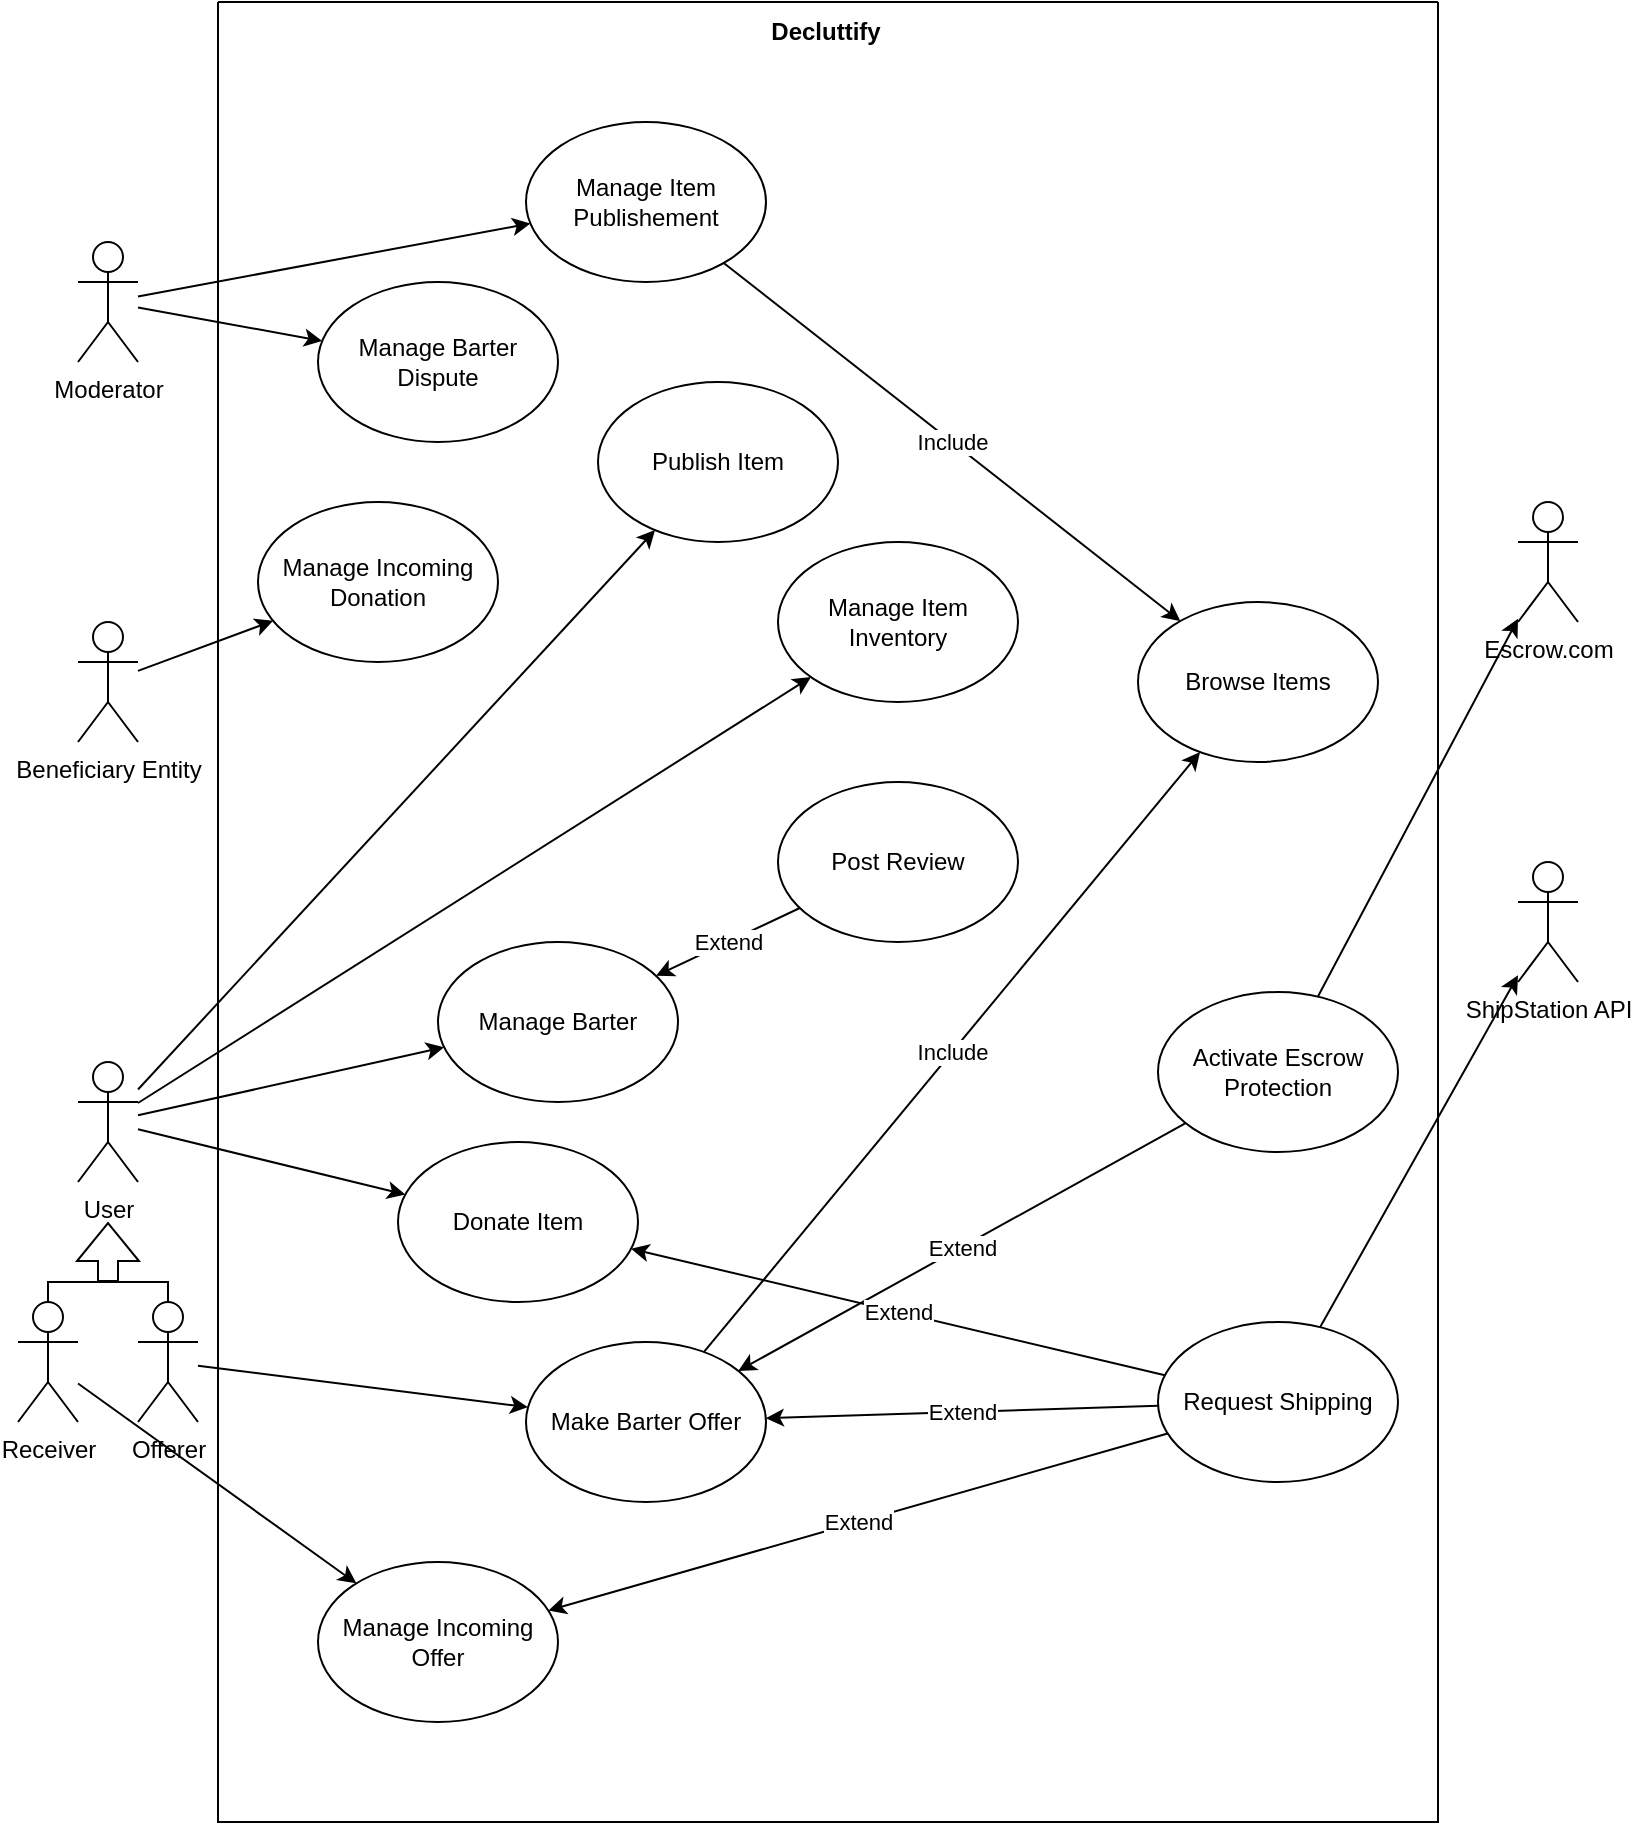
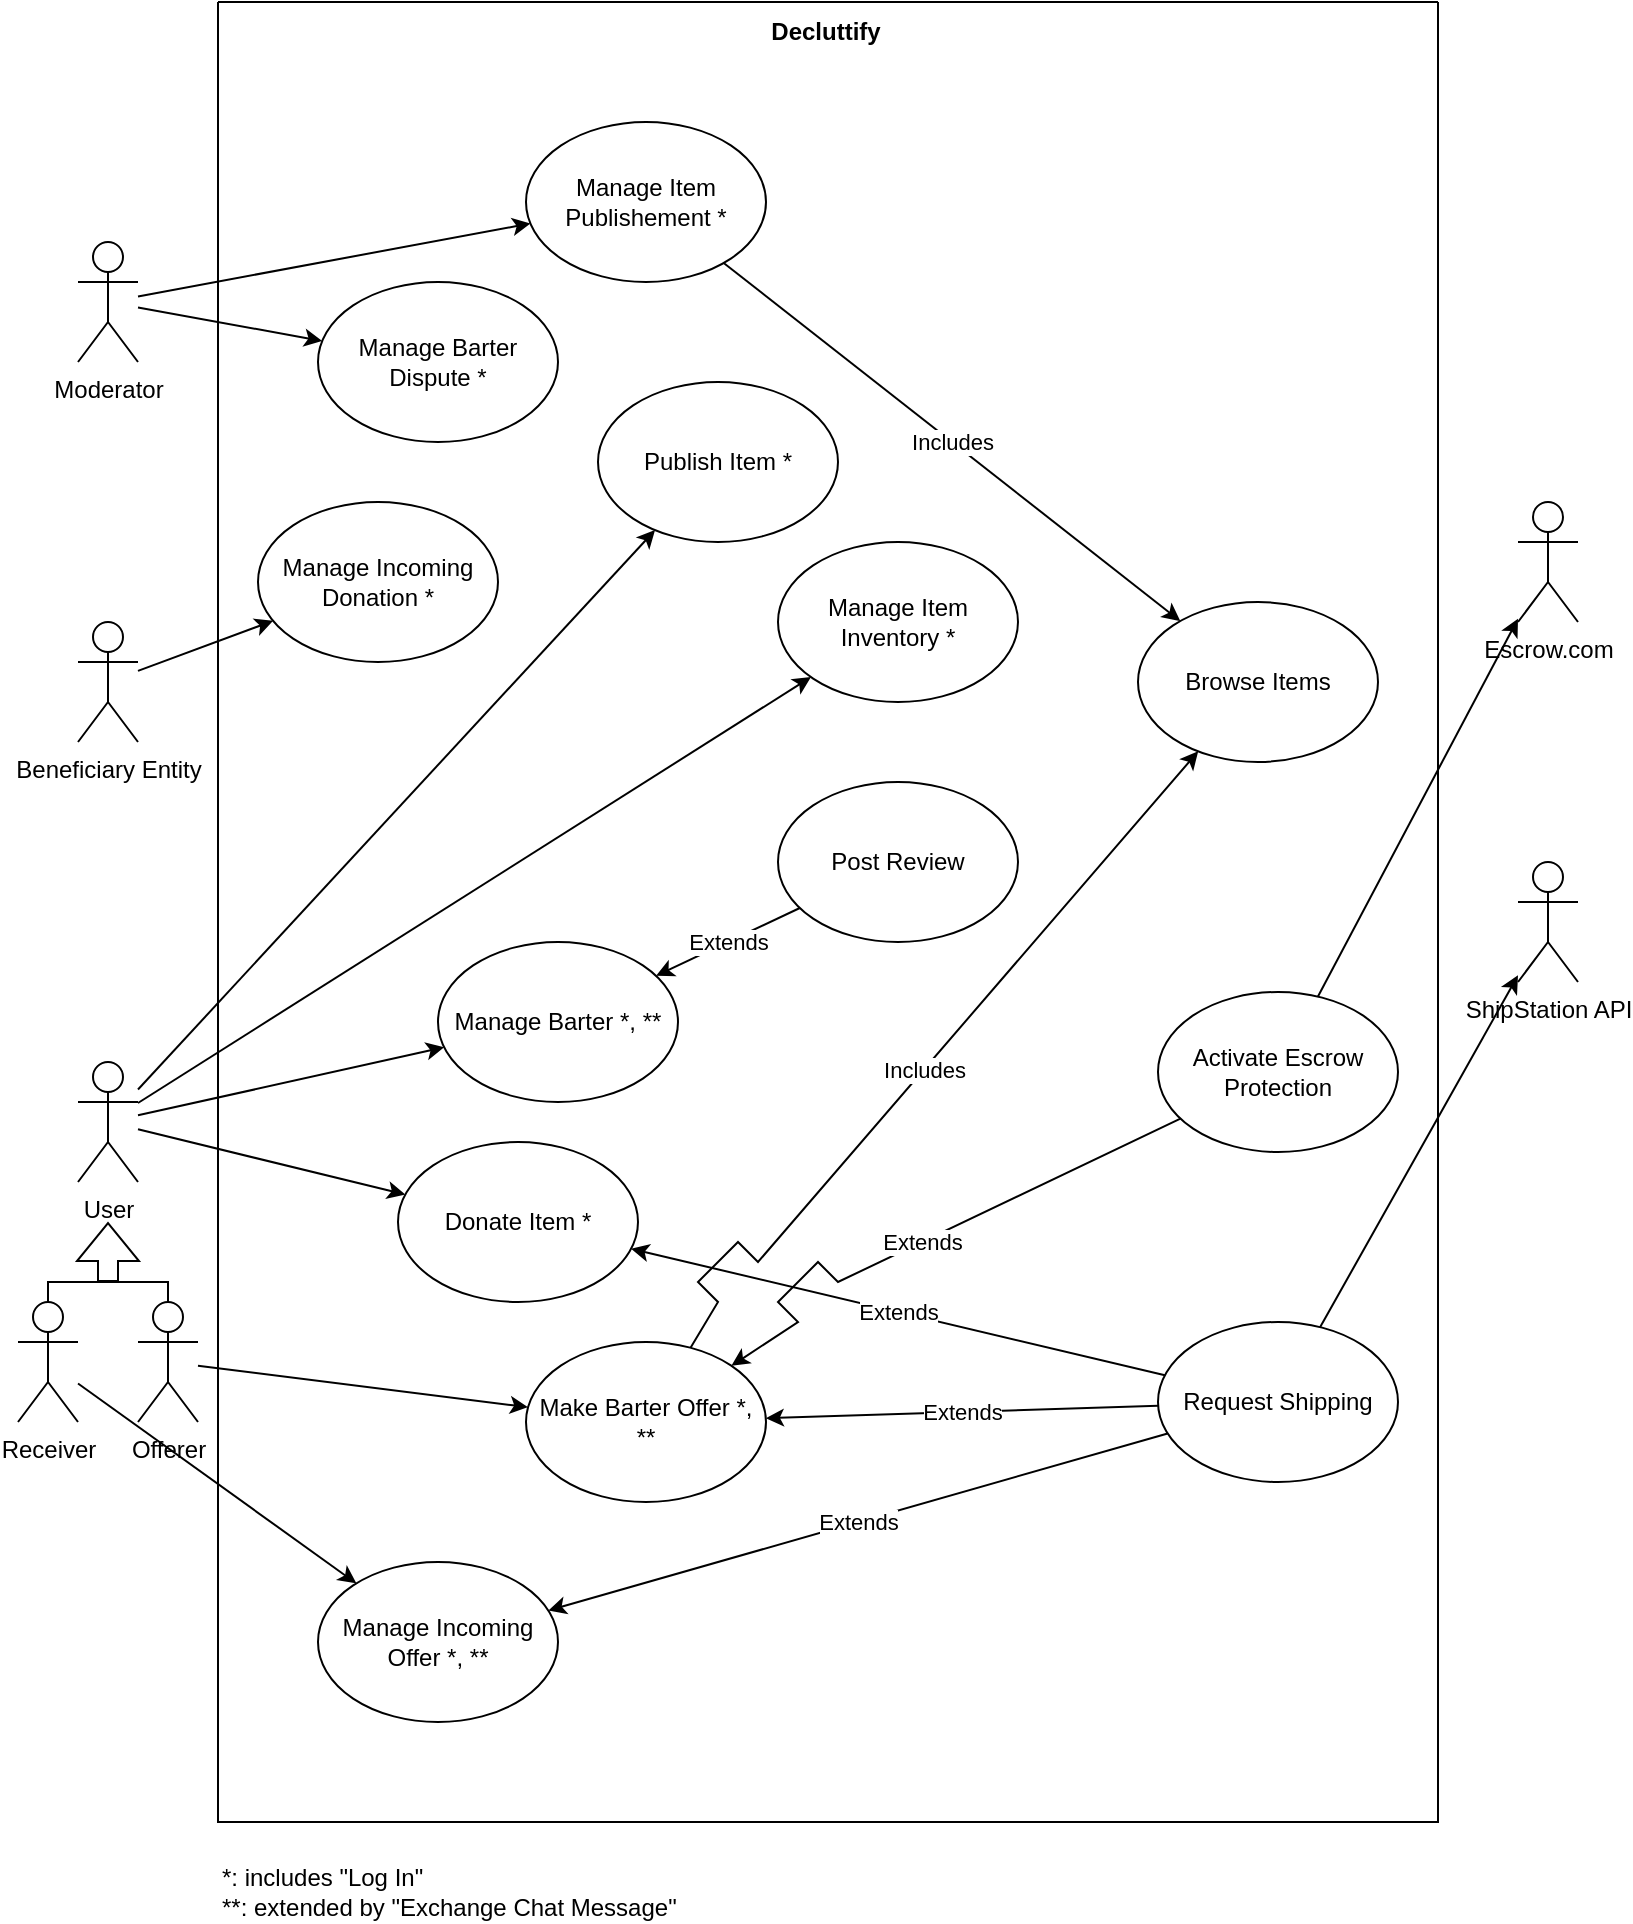
<mxfile host="app.diagrams.net">
  <diagram name="Pagina-1" id="lBEZxqTGqjM1sgic3xvy">
    <mxGraphModel dx="2000" dy="1138" grid="1" gridSize="10" guides="1" tooltips="1" connect="1" arrows="1" fold="1" page="1" pageScale="1" pageWidth="827" pageHeight="1169" math="0" shadow="0">
      <root>
        <mxCell id="0" />
        <mxCell id="1" parent="0" />
        <mxCell id="J09ckFeXd-orHBUEzoB2-1" parent="1" style="swimlane;startSize=0;" value="" vertex="1">
          <mxGeometry height="910" width="610" x="110" y="140" as="geometry" />
        </mxCell>
        <mxCell id="J09ckFeXd-orHBUEzoB2-2" parent="J09ckFeXd-orHBUEzoB2-1" style="text;html=1;whiteSpace=wrap;strokeColor=none;fillColor=none;align=center;verticalAlign=middle;rounded=0;" value="&lt;b&gt;Decluttify&lt;/b&gt;" vertex="1">
          <mxGeometry height="30" width="60" x="274" as="geometry" />
        </mxCell>
-         <mxCell id="J09ckFeXd-orHBUEzoB2-9" parent="J09ckFeXd-orHBUEzoB2-1" style="ellipse;whiteSpace=wrap;html=1;" value="Publish Item" vertex="1">
+         <mxCell id="J09ckFeXd-orHBUEzoB2-9" parent="J09ckFeXd-orHBUEzoB2-1" style="ellipse;whiteSpace=wrap;html=1;" value="Publish Item *" vertex="1">
          <mxGeometry height="80" width="120" x="190" y="190" as="geometry" />
        </mxCell>
        <mxCell id="J09ckFeXd-orHBUEzoB2-18" parent="J09ckFeXd-orHBUEzoB2-1" style="ellipse;whiteSpace=wrap;html=1;" value="Request Shipping" vertex="1">
          <mxGeometry height="80" width="120" x="470" y="660" as="geometry" />
        </mxCell>
        <mxCell id="J09ckFeXd-orHBUEzoB2-12" parent="J09ckFeXd-orHBUEzoB2-1" style="ellipse;whiteSpace=wrap;html=1;" value="Activate Escrow Protection" vertex="1">
          <mxGeometry height="80" width="120" x="470" y="495" as="geometry" />
        </mxCell>
-         <mxCell id="J09ckFeXd-orHBUEzoB2-29" parent="J09ckFeXd-orHBUEzoB2-1" style="ellipse;whiteSpace=wrap;html=1;" value="Donate Item" vertex="1">
+         <mxCell id="J09ckFeXd-orHBUEzoB2-29" parent="J09ckFeXd-orHBUEzoB2-1" style="ellipse;whiteSpace=wrap;html=1;" value="Donate Item *" vertex="1">
          <mxGeometry height="80" width="120" x="90" y="570" as="geometry" />
        </mxCell>
-         <mxCell id="J09ckFeXd-orHBUEzoB2-31" parent="J09ckFeXd-orHBUEzoB2-1" style="ellipse;whiteSpace=wrap;html=1;" value="Manage Item Inventory" vertex="1">
+         <mxCell id="J09ckFeXd-orHBUEzoB2-31" parent="J09ckFeXd-orHBUEzoB2-1" style="ellipse;whiteSpace=wrap;html=1;" value="Manage Item Inventory *" vertex="1">
          <mxGeometry height="80" width="120" x="280" y="270" as="geometry" />
        </mxCell>
-         <mxCell id="J09ckFeXd-orHBUEzoB2-11" parent="J09ckFeXd-orHBUEzoB2-1" style="ellipse;whiteSpace=wrap;html=1;" value="Make Barter Offer" vertex="1">
+         <mxCell id="J09ckFeXd-orHBUEzoB2-11" parent="J09ckFeXd-orHBUEzoB2-1" style="ellipse;whiteSpace=wrap;html=1;" value="Make Barter Offer *, **" vertex="1">
          <mxGeometry height="80" width="120" x="154" y="670" as="geometry" />
        </mxCell>
-         <mxCell id="J09ckFeXd-orHBUEzoB2-32" parent="J09ckFeXd-orHBUEzoB2-1" style="ellipse;whiteSpace=wrap;html=1;" value="Manage Barter" vertex="1">
+         <mxCell id="J09ckFeXd-orHBUEzoB2-32" parent="J09ckFeXd-orHBUEzoB2-1" style="ellipse;whiteSpace=wrap;html=1;" value="Manage Barter *, **" vertex="1">
          <mxGeometry height="80" width="120" x="110" y="470" as="geometry" />
        </mxCell>
        <mxCell id="J09ckFeXd-orHBUEzoB2-19" parent="J09ckFeXd-orHBUEzoB2-1" style="ellipse;whiteSpace=wrap;html=1;" value="Browse Items" vertex="1">
          <mxGeometry height="80" width="120" x="460" y="300" as="geometry" />
        </mxCell>
        <mxCell id="J09ckFeXd-orHBUEzoB2-49" edge="1" parent="J09ckFeXd-orHBUEzoB2-1" source="J09ckFeXd-orHBUEzoB2-17" style="endArrow=classic;html=1;rounded=0;" target="J09ckFeXd-orHBUEzoB2-19" value="">
          <mxGeometry relative="1" as="geometry">
            <mxPoint x="60" y="500" as="sourcePoint" />
            <mxPoint x="160" y="500" as="targetPoint" />
          </mxGeometry>
        </mxCell>
-         <mxCell id="J09ckFeXd-orHBUEzoB2-50" connectable="0" parent="J09ckFeXd-orHBUEzoB2-49" style="edgeLabel;resizable=0;html=1;;align=center;verticalAlign=middle;" value="Include" vertex="1">
+         <mxCell id="J09ckFeXd-orHBUEzoB2-50" connectable="0" parent="J09ckFeXd-orHBUEzoB2-49" style="edgeLabel;resizable=0;html=1;;align=center;verticalAlign=middle;" value="Includes" vertex="1">
          <mxGeometry relative="1" as="geometry" />
        </mxCell>
        <mxCell id="J09ckFeXd-orHBUEzoB2-54" edge="1" parent="J09ckFeXd-orHBUEzoB2-1" source="J09ckFeXd-orHBUEzoB2-11" style="endArrow=classic;html=1;rounded=0;" target="J09ckFeXd-orHBUEzoB2-19" value="">
          <mxGeometry relative="1" as="geometry">
+             <Array as="points">
+               <mxPoint x="250" y="650" />
+               <mxPoint x="240" y="640" />
+               <mxPoint x="260" y="620" />
+               <mxPoint x="270" y="630" />
+             </Array>
            <mxPoint x="330" y="852" as="sourcePoint" />
            <mxPoint x="400" y="680" as="targetPoint" />
          </mxGeometry>
        </mxCell>
-         <mxCell id="J09ckFeXd-orHBUEzoB2-55" connectable="0" parent="J09ckFeXd-orHBUEzoB2-54" style="edgeLabel;resizable=0;html=1;;align=center;verticalAlign=middle;" value="Include" vertex="1">
-           <mxGeometry relative="1" as="geometry" />
-         </mxCell>
-         <mxCell id="J09ckFeXd-orHBUEzoB2-58" edge="1" parent="J09ckFeXd-orHBUEzoB2-1" source="J09ckFeXd-orHBUEzoB2-12" style="endArrow=classic;html=1;rounded=0;" target="J09ckFeXd-orHBUEzoB2-11" value="">
-           <mxGeometry relative="1" as="geometry">
+         <mxCell id="J09ckFeXd-orHBUEzoB2-55" connectable="0" parent="J09ckFeXd-orHBUEzoB2-54" style="edgeLabel;resizable=0;html=1;;align=center;verticalAlign=middle;" value="Includes" vertex="1">
+           <mxGeometry relative="1" as="geometry" />
+         </mxCell>
+         <mxCell id="J09ckFeXd-orHBUEzoB2-58" edge="1" parent="J09ckFeXd-orHBUEzoB2-1" source="J09ckFeXd-orHBUEzoB2-12" style="endArrow=classic;html=1;rounded=0;curved=0;" target="J09ckFeXd-orHBUEzoB2-11" value="">
+           <mxGeometry relative="1" as="geometry">
+             <Array as="points">
+               <mxPoint x="310" y="640" />
+               <mxPoint x="300" y="630" />
+               <mxPoint x="280" y="650" />
+               <mxPoint x="290" y="660" />
+             </Array>
            <mxPoint x="350" y="962" as="sourcePoint" />
            <mxPoint x="420" y="790" as="targetPoint" />
          </mxGeometry>
        </mxCell>
-         <mxCell id="J09ckFeXd-orHBUEzoB2-59" connectable="0" parent="J09ckFeXd-orHBUEzoB2-58" style="edgeLabel;resizable=0;html=1;;align=center;verticalAlign=middle;" value="Extend" vertex="1">
+         <mxCell id="J09ckFeXd-orHBUEzoB2-59" connectable="0" parent="J09ckFeXd-orHBUEzoB2-58" style="edgeLabel;resizable=0;html=1;;align=center;verticalAlign=middle;" value="Extends" vertex="1">
          <mxGeometry relative="1" as="geometry" />
        </mxCell>
        <mxCell id="J09ckFeXd-orHBUEzoB2-61" edge="1" parent="J09ckFeXd-orHBUEzoB2-1" source="J09ckFeXd-orHBUEzoB2-18" style="endArrow=classic;html=1;rounded=0;" target="J09ckFeXd-orHBUEzoB2-11" value="">
          <mxGeometry relative="1" as="geometry">
            <mxPoint x="340" y="862" as="sourcePoint" />
            <mxPoint x="410" y="690" as="targetPoint" />
          </mxGeometry>
        </mxCell>
-         <mxCell id="J09ckFeXd-orHBUEzoB2-62" connectable="0" parent="J09ckFeXd-orHBUEzoB2-61" style="edgeLabel;resizable=0;html=1;;align=center;verticalAlign=middle;" value="Extend" vertex="1">
+         <mxCell id="J09ckFeXd-orHBUEzoB2-62" connectable="0" parent="J09ckFeXd-orHBUEzoB2-61" style="edgeLabel;resizable=0;html=1;;align=center;verticalAlign=middle;" value="Extends" vertex="1">
          <mxGeometry relative="1" as="geometry" />
        </mxCell>
        <mxCell id="J09ckFeXd-orHBUEzoB2-63" parent="J09ckFeXd-orHBUEzoB2-1" style="ellipse;whiteSpace=wrap;html=1;" value="Post Review" vertex="1">
          <mxGeometry height="80" width="120" x="280" y="390" as="geometry" />
        </mxCell>
        <mxCell id="J09ckFeXd-orHBUEzoB2-64" edge="1" parent="J09ckFeXd-orHBUEzoB2-1" source="J09ckFeXd-orHBUEzoB2-63" style="endArrow=classic;html=1;rounded=0;" target="J09ckFeXd-orHBUEzoB2-32" value="">
          <mxGeometry relative="1" as="geometry">
            <mxPoint x="414" y="818" as="sourcePoint" />
            <mxPoint x="272.47707366301483" y="577.9128284560256" as="targetPoint" />
          </mxGeometry>
        </mxCell>
-         <mxCell id="J09ckFeXd-orHBUEzoB2-65" connectable="0" parent="J09ckFeXd-orHBUEzoB2-64" style="edgeLabel;resizable=0;html=1;;align=center;verticalAlign=middle;" value="Extend" vertex="1">
-           <mxGeometry relative="1" as="geometry" />
-         </mxCell>
-         <mxCell id="J09ckFeXd-orHBUEzoB2-17" parent="J09ckFeXd-orHBUEzoB2-1" style="ellipse;whiteSpace=wrap;html=1;" value="Manage Item Publishement" vertex="1">
+         <mxCell id="J09ckFeXd-orHBUEzoB2-65" connectable="0" parent="J09ckFeXd-orHBUEzoB2-64" style="edgeLabel;resizable=0;html=1;;align=center;verticalAlign=middle;" value="Extends" vertex="1">
+           <mxGeometry relative="1" as="geometry" />
+         </mxCell>
+         <mxCell id="J09ckFeXd-orHBUEzoB2-17" parent="J09ckFeXd-orHBUEzoB2-1" style="ellipse;whiteSpace=wrap;html=1;" value="Manage Item Publishement *" vertex="1">
          <mxGeometry height="80" width="120" x="154" y="60" as="geometry" />
        </mxCell>
-         <mxCell id="J09ckFeXd-orHBUEzoB2-119" parent="J09ckFeXd-orHBUEzoB2-1" style="ellipse;whiteSpace=wrap;html=1;" value="Manage Barter Dispute" vertex="1">
+         <mxCell id="J09ckFeXd-orHBUEzoB2-119" parent="J09ckFeXd-orHBUEzoB2-1" style="ellipse;whiteSpace=wrap;html=1;" value="Manage Barter Dispute *" vertex="1">
          <mxGeometry height="80" width="120" x="50" y="140" as="geometry" />
        </mxCell>
-         <mxCell id="J09ckFeXd-orHBUEzoB2-125" parent="J09ckFeXd-orHBUEzoB2-1" style="ellipse;whiteSpace=wrap;html=1;" value="Manage Incoming Offer" vertex="1">
+         <mxCell id="J09ckFeXd-orHBUEzoB2-125" parent="J09ckFeXd-orHBUEzoB2-1" style="ellipse;whiteSpace=wrap;html=1;" value="Manage Incoming Offer *, **" vertex="1">
          <mxGeometry height="80" width="120" x="50" y="780" as="geometry" />
        </mxCell>
        <mxCell id="J09ckFeXd-orHBUEzoB2-130" edge="1" parent="J09ckFeXd-orHBUEzoB2-1" source="J09ckFeXd-orHBUEzoB2-18" style="endArrow=classic;html=1;rounded=0;" target="J09ckFeXd-orHBUEzoB2-29" value="">
          <mxGeometry relative="1" as="geometry">
            <mxPoint x="606" y="790" as="sourcePoint" />
            <mxPoint x="410" y="903" as="targetPoint" />
          </mxGeometry>
        </mxCell>
-         <mxCell id="J09ckFeXd-orHBUEzoB2-131" connectable="0" parent="J09ckFeXd-orHBUEzoB2-130" style="edgeLabel;resizable=0;html=1;;align=center;verticalAlign=middle;" value="Extend" vertex="1">
+         <mxCell id="J09ckFeXd-orHBUEzoB2-131" connectable="0" parent="J09ckFeXd-orHBUEzoB2-130" style="edgeLabel;resizable=0;html=1;;align=center;verticalAlign=middle;" value="Extends" vertex="1">
          <mxGeometry relative="1" as="geometry" />
        </mxCell>
        <mxCell id="J09ckFeXd-orHBUEzoB2-132" edge="1" parent="J09ckFeXd-orHBUEzoB2-1" source="J09ckFeXd-orHBUEzoB2-18" style="endArrow=classic;html=1;rounded=0;" target="J09ckFeXd-orHBUEzoB2-125" value="">
          <mxGeometry relative="1" as="geometry">
            <mxPoint x="566" y="810" as="sourcePoint" />
            <mxPoint x="400" y="810" as="targetPoint" />
          </mxGeometry>
        </mxCell>
-         <mxCell id="J09ckFeXd-orHBUEzoB2-133" connectable="0" parent="J09ckFeXd-orHBUEzoB2-132" style="edgeLabel;resizable=0;html=1;;align=center;verticalAlign=middle;" value="Extend" vertex="1">
-           <mxGeometry relative="1" as="geometry" />
-         </mxCell>
-         <mxCell id="J09ckFeXd-orHBUEzoB2-134" parent="J09ckFeXd-orHBUEzoB2-1" style="ellipse;whiteSpace=wrap;html=1;" value="Manage Incoming Donation" vertex="1">
+         <mxCell id="J09ckFeXd-orHBUEzoB2-133" connectable="0" parent="J09ckFeXd-orHBUEzoB2-132" style="edgeLabel;resizable=0;html=1;;align=center;verticalAlign=middle;" value="Extends" vertex="1">
+           <mxGeometry relative="1" as="geometry" />
+         </mxCell>
+         <mxCell id="J09ckFeXd-orHBUEzoB2-134" parent="J09ckFeXd-orHBUEzoB2-1" style="ellipse;whiteSpace=wrap;html=1;" value="Manage Incoming Donation *" vertex="1">
          <mxGeometry height="80" width="120" x="20" y="250" as="geometry" />
        </mxCell>
        <mxCell id="J09ckFeXd-orHBUEzoB2-3" parent="1" style="shape=umlActor;verticalLabelPosition=bottom;verticalAlign=top;html=1;outlineConnect=0;" value="User" vertex="1">
          <mxGeometry height="60" width="30" x="40" y="670" as="geometry" />
        </mxCell>
        <mxCell id="J09ckFeXd-orHBUEzoB2-4" parent="1" style="shape=umlActor;verticalLabelPosition=bottom;verticalAlign=top;html=1;outlineConnect=0;" value="Receiver" vertex="1">
          <mxGeometry height="60" width="30" x="10" y="790" as="geometry" />
        </mxCell>
        <mxCell id="J09ckFeXd-orHBUEzoB2-5" parent="1" style="shape=umlActor;verticalLabelPosition=bottom;verticalAlign=top;html=1;outlineConnect=0;" value="Offerer" vertex="1">
          <mxGeometry height="60" width="30" x="70" y="790" as="geometry" />
        </mxCell>
        <mxCell id="J09ckFeXd-orHBUEzoB2-6" edge="1" parent="1" style="shape=flexArrow;endArrow=classic;html=1;rounded=0;" value="">
          <mxGeometry height="50" relative="1" width="50" as="geometry">
            <mxPoint x="55" y="780" as="sourcePoint" />
            <mxPoint x="55" y="750" as="targetPoint" />
          </mxGeometry>
        </mxCell>
        <mxCell id="J09ckFeXd-orHBUEzoB2-7" edge="1" parent="1" source="J09ckFeXd-orHBUEzoB2-4" style="endArrow=none;html=1;rounded=0;" target="J09ckFeXd-orHBUEzoB2-5" value="">
          <mxGeometry height="50" relative="1" width="50" as="geometry">
            <Array as="points">
              <mxPoint x="25" y="780" />
              <mxPoint x="60" y="780" />
              <mxPoint x="85" y="780" />
            </Array>
            <mxPoint x="30" y="780" as="sourcePoint" />
            <mxPoint x="80" y="780" as="targetPoint" />
          </mxGeometry>
        </mxCell>
        <mxCell id="J09ckFeXd-orHBUEzoB2-13" parent="1" style="shape=umlActor;verticalLabelPosition=bottom;verticalAlign=top;html=1;outlineConnect=0;" value="Escrow.com" vertex="1">
          <mxGeometry height="60" width="30" x="760" y="390" as="geometry" />
        </mxCell>
        <mxCell id="J09ckFeXd-orHBUEzoB2-14" parent="1" style="shape=umlActor;verticalLabelPosition=bottom;verticalAlign=top;html=1;outlineConnect=0;" value="ShipStation API" vertex="1">
          <mxGeometry height="60" width="30" x="760" y="570" as="geometry" />
        </mxCell>
        <mxCell id="J09ckFeXd-orHBUEzoB2-16" parent="1" style="shape=umlActor;verticalLabelPosition=bottom;verticalAlign=top;html=1;outlineConnect=0;" value="Beneficiary Entity" vertex="1">
          <mxGeometry height="60" width="30" x="40" y="450" as="geometry" />
        </mxCell>
        <mxCell id="J09ckFeXd-orHBUEzoB2-41" edge="1" parent="1" source="J09ckFeXd-orHBUEzoB2-3" style="endArrow=classic;html=1;rounded=0;" target="J09ckFeXd-orHBUEzoB2-9" value="">
          <mxGeometry height="50" relative="1" width="50" as="geometry">
            <mxPoint x="190" y="670" as="sourcePoint" />
            <mxPoint x="240" y="620" as="targetPoint" />
          </mxGeometry>
        </mxCell>
        <mxCell id="J09ckFeXd-orHBUEzoB2-42" edge="1" parent="1" source="J09ckFeXd-orHBUEzoB2-3" style="endArrow=classic;html=1;rounded=0;" target="J09ckFeXd-orHBUEzoB2-31" value="">
          <mxGeometry height="50" relative="1" width="50" as="geometry">
            <mxPoint x="190" y="670" as="sourcePoint" />
            <mxPoint x="240" y="620" as="targetPoint" />
          </mxGeometry>
        </mxCell>
        <mxCell id="J09ckFeXd-orHBUEzoB2-43" edge="1" parent="1" source="J09ckFeXd-orHBUEzoB2-5" style="endArrow=classic;html=1;rounded=0;" target="J09ckFeXd-orHBUEzoB2-11" value="">
          <mxGeometry height="50" relative="1" width="50" as="geometry">
            <mxPoint x="190" y="670" as="sourcePoint" />
            <mxPoint x="240" y="620" as="targetPoint" />
          </mxGeometry>
        </mxCell>
        <mxCell id="J09ckFeXd-orHBUEzoB2-45" edge="1" parent="1" source="J09ckFeXd-orHBUEzoB2-3" style="endArrow=classic;html=1;rounded=0;" target="J09ckFeXd-orHBUEzoB2-32" value="">
          <mxGeometry height="50" relative="1" width="50" as="geometry">
            <mxPoint x="190" y="670" as="sourcePoint" />
            <mxPoint x="240" y="620" as="targetPoint" />
          </mxGeometry>
        </mxCell>
        <mxCell id="J09ckFeXd-orHBUEzoB2-47" edge="1" parent="1" source="J09ckFeXd-orHBUEzoB2-3" style="endArrow=classic;html=1;rounded=0;" target="J09ckFeXd-orHBUEzoB2-29" value="">
          <mxGeometry height="50" relative="1" width="50" as="geometry">
            <mxPoint x="190" y="670" as="sourcePoint" />
            <mxPoint x="240" y="620" as="targetPoint" />
          </mxGeometry>
        </mxCell>
        <mxCell id="J09ckFeXd-orHBUEzoB2-15" parent="1" style="shape=umlActor;verticalLabelPosition=bottom;verticalAlign=top;html=1;outlineConnect=0;" value="Moderator" vertex="1">
          <mxGeometry height="60" width="30" x="40" y="260" as="geometry" />
        </mxCell>
        <mxCell id="J09ckFeXd-orHBUEzoB2-38" edge="1" parent="1" source="J09ckFeXd-orHBUEzoB2-15" style="endArrow=classic;html=1;rounded=0;" target="J09ckFeXd-orHBUEzoB2-17" value="">
          <mxGeometry height="50" relative="1" width="50" as="geometry">
            <mxPoint x="190" y="240" as="sourcePoint" />
            <mxPoint x="240" y="190" as="targetPoint" />
          </mxGeometry>
        </mxCell>
        <mxCell id="J09ckFeXd-orHBUEzoB2-117" edge="1" parent="1" source="J09ckFeXd-orHBUEzoB2-18" style="endArrow=classic;html=1;rounded=0;" target="J09ckFeXd-orHBUEzoB2-14" value="">
          <mxGeometry height="50" relative="1" width="50" as="geometry">
            <mxPoint x="620" y="940" as="sourcePoint" />
            <mxPoint x="916" y="1037" as="targetPoint" />
          </mxGeometry>
        </mxCell>
        <mxCell id="J09ckFeXd-orHBUEzoB2-118" edge="1" parent="1" source="J09ckFeXd-orHBUEzoB2-12" style="endArrow=classic;html=1;rounded=0;" target="J09ckFeXd-orHBUEzoB2-13" value="">
          <mxGeometry height="50" relative="1" width="50" as="geometry">
            <mxPoint x="190" y="950" as="sourcePoint" />
            <mxPoint x="486" y="1047" as="targetPoint" />
          </mxGeometry>
        </mxCell>
        <mxCell id="J09ckFeXd-orHBUEzoB2-120" edge="1" parent="1" source="J09ckFeXd-orHBUEzoB2-15" style="endArrow=classic;html=1;rounded=0;" target="J09ckFeXd-orHBUEzoB2-119" value="">
          <mxGeometry height="50" relative="1" width="50" as="geometry">
            <mxPoint x="190" y="366" as="sourcePoint" />
            <mxPoint x="386" y="330" as="targetPoint" />
          </mxGeometry>
        </mxCell>
        <mxCell id="J09ckFeXd-orHBUEzoB2-126" edge="1" parent="1" source="J09ckFeXd-orHBUEzoB2-4" style="endArrow=classic;html=1;rounded=0;" target="J09ckFeXd-orHBUEzoB2-125" value="">
          <mxGeometry height="50" relative="1" width="50" as="geometry">
            <mxPoint x="124" y="970" as="sourcePoint" />
            <mxPoint x="40" y="992" as="targetPoint" />
          </mxGeometry>
        </mxCell>
        <mxCell id="J09ckFeXd-orHBUEzoB2-135" edge="1" parent="1" source="J09ckFeXd-orHBUEzoB2-16" style="endArrow=classic;html=1;rounded=0;" target="J09ckFeXd-orHBUEzoB2-134" value="">
          <mxGeometry height="50" relative="1" width="50" as="geometry">
            <mxPoint x="140" y="523" as="sourcePoint" />
            <mxPoint x="271" y="510" as="targetPoint" />
          </mxGeometry>
        </mxCell>
+         <mxCell id="J09ckFeXd-orHBUEzoB2-136" parent="1" style="text;html=1;whiteSpace=wrap;strokeColor=none;fillColor=none;align=left;verticalAlign=middle;rounded=0;" value="*: includes &quot;Log In&quot;&lt;br&gt;**: extended by &quot;Exchange Chat Message&quot;" vertex="1">
+           <mxGeometry height="30" width="610" x="110" y="1070" as="geometry" />
+         </mxCell>
      </root>
    </mxGraphModel>
  </diagram>
</mxfile>
